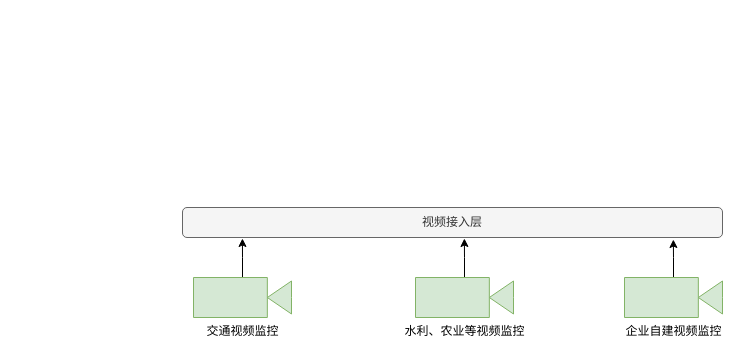
Before: 水域网络图.drawio in liusheding001/draw.io, a draw.io diagram. Source tidied: cells renumbered, new cells numbered last; positions are measured from the earlier drawing's top-left corner, leaving out a move shared by most shapes. Both pictures are drawn from the tidied source at 100%, with x=0, y=0 at pixel (182, 207).
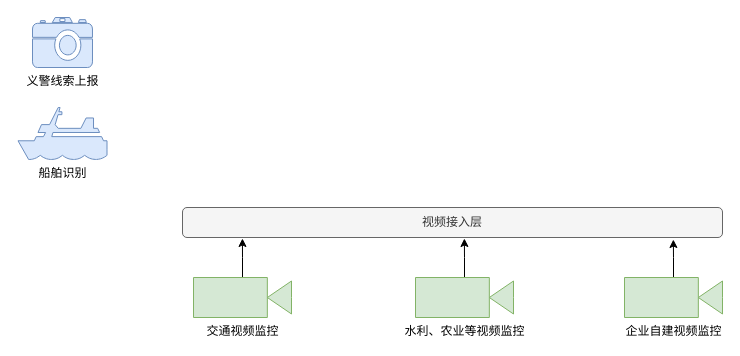
Above is the later version.

Commit message (it also covers changes not shown here):
更新水域网络图.drawio

Change to the diagram source:
```diff
@@
 <mxGraphModel>
   <root>
     <mxCell id="0" />
     <mxCell id="1" parent="0" />
     <mxCell id="2" value="视频接入层" style="rounded=1;whiteSpace=wrap;html=1;fillColor=#f5f5f5;strokeColor=#666666;fontColor=#333333;" parent="1" vertex="1">
       <mxGeometry width="540" height="30" as="geometry" />
     </mxCell>
     <mxCell id="3" style="edgeStyle=orthogonalEdgeStyle;rounded=0;jettySize=auto;html=1;entryX=0.111;entryY=1.033;entryDx=0;entryDy=0;entryPerimeter=0;" parent="1" edge="1" source="4" target="2">
       <mxGeometry relative="1" as="geometry" />
     </mxCell>
     <mxCell id="4" value="交通视频监控" style="shape=mxgraph.signs.tech.video_camera;html=1;fillColor=#d5e8d4;strokeColor=#82b366;verticalLabelPosition=bottom;verticalAlign=top;align=center;" parent="1" vertex="1">
       <mxGeometry x="11" y="70" width="98" height="40" as="geometry" />
     </mxCell>
     <mxCell id="5" style="edgeStyle=orthogonalEdgeStyle;rounded=0;jettySize=auto;html=1;entryX=0.522;entryY=1.033;entryDx=0;entryDy=0;entryPerimeter=0;" parent="1" edge="1" source="6" target="2">
       <mxGeometry relative="1" as="geometry" />
     </mxCell>
     <mxCell id="6" value="水利、农业等视频监控" style="shape=mxgraph.signs.tech.video_camera;html=1;fillColor=#d5e8d4;strokeColor=#82b366;verticalLabelPosition=bottom;verticalAlign=top;align=center;" parent="1" vertex="1">
       <mxGeometry x="233" y="70" width="98" height="40" as="geometry" />
     </mxCell>
     <mxCell id="7" style="edgeStyle=orthogonalEdgeStyle;rounded=0;jettySize=auto;html=1;entryX=0.909;entryY=1.067;entryDx=0;entryDy=0;entryPerimeter=0;" parent="1" edge="1" source="8" target="2">
       <mxGeometry relative="1" as="geometry" />
     </mxCell>
     <mxCell id="8" value="企业自建视频监控&lt;br&gt;" style="shape=mxgraph.signs.tech.video_camera;html=1;fillColor=#d5e8d4;strokeColor=#82b366;verticalLabelPosition=bottom;verticalAlign=top;align=center;" parent="1" vertex="1">
       <mxGeometry x="442" y="70" width="98" height="40" as="geometry" />
     </mxCell>
+    <mxCell id="9" value="义警线索上报" style="shape=mxgraph.signs.tech.camera_2;html=1;fillColor=#dae8fc;strokeColor=#6c8ebf;verticalLabelPosition=bottom;verticalAlign=top;align=center;" parent="1" vertex="1">
+      <mxGeometry x="-150" y="-190" width="60" height="50" as="geometry" />
+    </mxCell>
+    <mxCell id="10" value="船舶识别" style="shape=mxgraph.signs.transportation.ship_1;html=1;fillColor=#dae8fc;strokeColor=#6c8ebf;verticalLabelPosition=bottom;verticalAlign=top;align=center;" parent="1" vertex="1">
+      <mxGeometry x="-164.5" y="-100" width="89" height="52" as="geometry" />
+    </mxCell>
   </root>
 </mxGraphModel>
```
